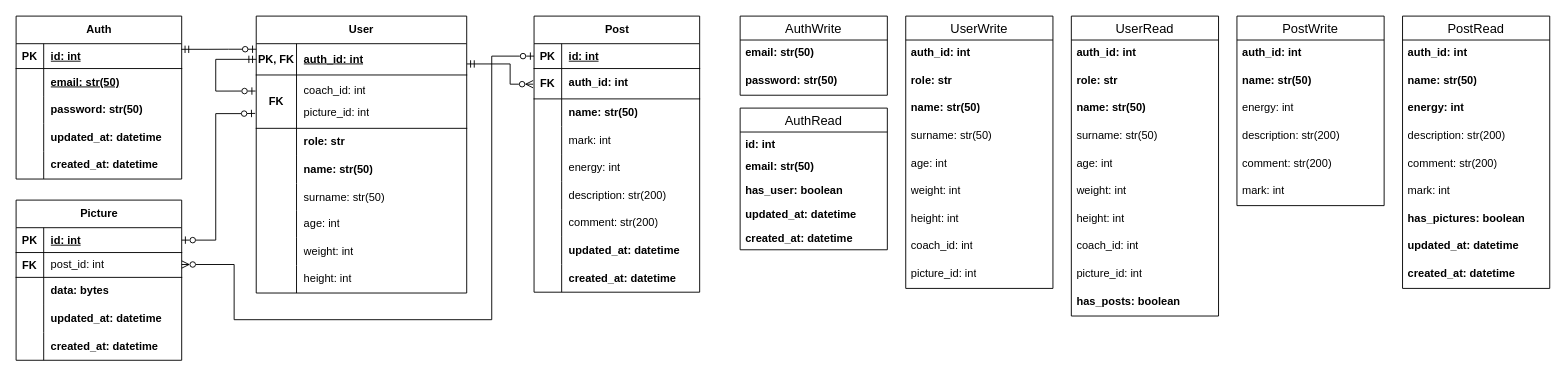
Above: backend/arch/visual_models_source.drawio in geeno16/mealcoach (draw.io), before the change. Source tidied: cells renumbered, new cells numbered last; positions are measured from the earlier drawing's top-left corner, leaving out a move shared by most shapes. Both pictures are drawn from the tidied source at 92%, with x=0, y=0 at pixel (16, 16).
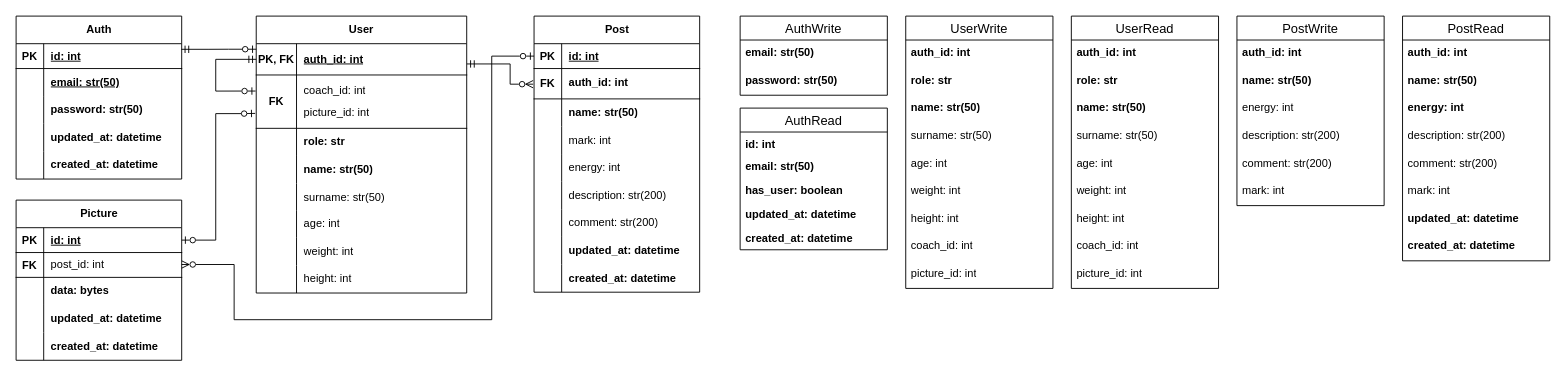
The same page after the edit.

Diff of the diagram source:
```diff
@@
     <mxCell id="102" value="PostRead" style="swimlane;fontStyle=0;horizontal=1;startSize=26;align=center;fontSize=14;" parent="1" vertex="1">
-      <mxGeometry x="1507" width="160" height="296" as="geometry" />
+      <mxGeometry x="1507" width="160" height="266" as="geometry" />
     </mxCell>
@@
-    <mxCell id="109" value="&lt;b&gt;has_pictures: boolean&lt;/b&gt;" style="text;strokeColor=none;fillColor=none;spacingLeft=4;spacingRight=4;overflow=hidden;fontSize=12;whiteSpace=wrap;html=1;" parent="102" vertex="1">
-      <mxGeometry y="206" width="160" height="30" as="geometry" />
-    </mxCell>
     <mxCell id="110" value="&lt;b&gt;updated_at: datetime&lt;/b&gt;" style="text;strokeColor=none;fillColor=none;spacingLeft=4;spacingRight=4;overflow=hidden;fontSize=12;whiteSpace=wrap;html=1;" parent="102" vertex="1">
-      <mxGeometry y="236" width="160" height="30" as="geometry" />
+      <mxGeometry y="206" width="160" height="30" as="geometry" />
     </mxCell>
     <mxCell id="111" value="&lt;b&gt;created_at: datetime&lt;/b&gt;" style="text;strokeColor=none;fillColor=none;spacingLeft=4;spacingRight=4;overflow=hidden;fontSize=12;whiteSpace=wrap;html=1;" parent="102" vertex="1">
-      <mxGeometry y="266" width="160" height="30" as="geometry" />
+      <mxGeometry y="236" width="160" height="30" as="geometry" />
     </mxCell>
@@
     <mxCell id="134" value="UserRead" style="swimlane;fontStyle=0;horizontal=1;startSize=26;align=center;fontSize=14;" parent="1" vertex="1">
-      <mxGeometry x="1147" width="160" height="326" as="geometry" />
+      <mxGeometry x="1147" width="160" height="296" as="geometry" />
     </mxCell>
@@
-    <mxCell id="144" value="&lt;b&gt;has_posts: boolean&lt;/b&gt;" style="text;strokeColor=none;fillColor=none;spacingLeft=4;spacingRight=4;overflow=hidden;fontSize=12;whiteSpace=wrap;html=1;" parent="134" vertex="1">
-      <mxGeometry y="296" width="160" height="30" as="geometry" />
-    </mxCell>
```
